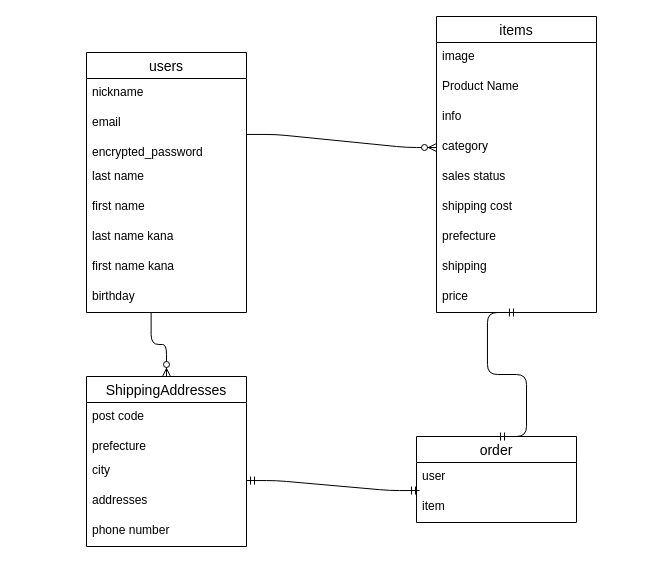
Above: ER.dio in momo-xxx-tarou/furima-41762 (draw.io), before the change. Source tidied: cells renumbered, new cells numbered last; positions are measured from the earlier drawing's top-left corner, leaving out a move shared by most shapes. Both pictures are drawn from the tidied source at 100%, with x=0, y=0 at pixel (86, 16).
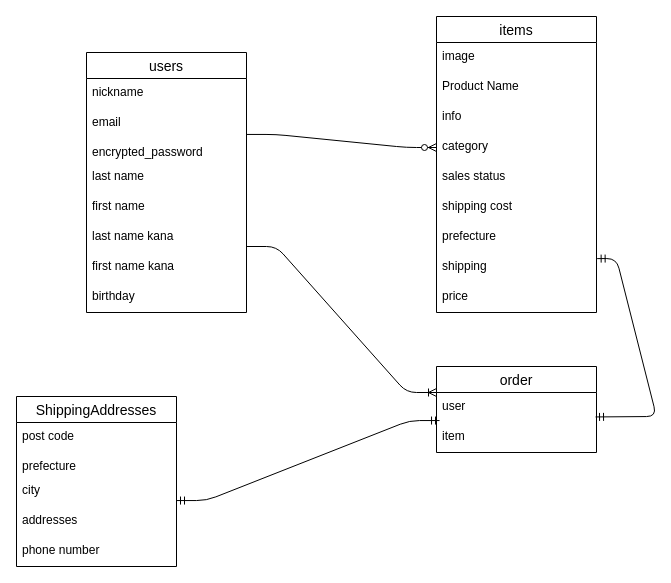
The same page after the edit.

Commit message (it also covers changes not shown here):
ER図と訂正箇所の修正

The change refers to these unchanged cells:
```xml
<mxCell id="10" value="birthday" style="text;strokeColor=none;fillColor=none;spacingLeft=4;spacingRight=4;overflow=hidden;points=[[0,0.5],[1,0.5]];portConstraint=eastwest;fontSize=12;" parent="2" vertex="1">
  <mxGeometry y="230" width="160" height="30" as="geometry" />
</mxCell>
<mxCell id="19" value="shipping" style="text;strokeColor=none;fillColor=none;spacingLeft=4;spacingRight=4;overflow=hidden;points=[[0,0.5],[1,0.5]];portConstraint=eastwest;fontSize=12;" parent="11" vertex="1">
  <mxGeometry y="236" width="160" height="30" as="geometry" />
</mxCell>
<mxCell id="20" value="price" style="text;strokeColor=none;fillColor=none;spacingLeft=4;spacingRight=4;overflow=hidden;points=[[0,0.5],[1,0.5]];portConstraint=eastwest;fontSize=12;" parent="11" vertex="1">
  <mxGeometry y="266" width="160" height="30" as="geometry" />
</mxCell>
<mxCell id="30" value="user" style="text;strokeColor=none;fillColor=none;spacingLeft=4;spacingRight=4;overflow=hidden;points=[[0,0.5],[1,0.5]];portConstraint=eastwest;fontSize=12;" parent="29" vertex="1">
  <mxGeometry y="26" width="160" height="30" as="geometry" />
</mxCell>
```

Diff of the diagram source:
```diff
@@
     <mxCell id="21" value="ShippingAddresses" style="swimlane;fontStyle=0;horizontal=1;startSize=26;align=center;fontSize=14;" parent="1" vertex="1">
-      <mxGeometry y="360" width="160" height="170" as="geometry" />
+      <mxGeometry x="-70" y="380" width="160" height="170" as="geometry" />
     </mxCell>
@@
-    <mxCell id="28" style="fontSize=12;html=1;endArrow=ERzeroToMany;endFill=1;entryX=0.5;entryY=0;entryDx=0;entryDy=0;elbow=vertical;edgeStyle=orthogonalEdgeStyle;exitX=0.404;exitY=0.996;exitDx=0;exitDy=0;exitPerimeter=0;" parent="1" edge="1" source="10" target="21">
-      <mxGeometry relative="1" as="geometry" />
-    </mxCell>
     <mxCell id="29" value="order" style="swimlane;fontStyle=0;horizontal=1;startSize=26;align=center;fontSize=14;" parent="1" vertex="1">
-      <mxGeometry x="330" y="420" width="160" height="86" as="geometry" />
+      <mxGeometry x="350" y="350" width="160" height="86" as="geometry" />
     </mxCell>
@@
-    <mxCell id="32" style="edgeStyle=entityRelationEdgeStyle;fontSize=12;html=1;endArrow=ERmandOne;startArrow=ERmandOne;elbow=vertical;entryX=0.506;entryY=1;entryDx=0;entryDy=0;entryPerimeter=0;exitX=0.5;exitY=0;exitDx=0;exitDy=0;" parent="1" edge="1" source="29" target="20">
-      <mxGeometry relative="1" as="geometry" />
-    </mxCell>
@@
+    <mxCell id="34" style="fontSize=12;html=1;endArrow=ERmandOne;startArrow=ERmandOne;elbow=vertical;exitX=0.994;exitY=0.815;exitDx=0;exitDy=0;exitPerimeter=0;entryX=1.004;entryY=0.204;entryDx=0;entryDy=0;entryPerimeter=0;" parent="1" edge="1" source="30" target="19">
+      <mxGeometry relative="1" as="geometry">
+        <Array as="points">
+          <mxPoint x="570" y="400" />
+          <mxPoint x="530" y="242" />
+        </Array>
+      </mxGeometry>
+    </mxCell>
+    <mxCell id="35" style="edgeStyle=entityRelationEdgeStyle;fontSize=12;html=1;endArrow=ERoneToMany;elbow=vertical;" parent="1" edge="1">
+      <mxGeometry relative="1" as="geometry">
+        <mxPoint x="160" y="230" as="sourcePoint" />
+        <mxPoint x="350" y="376" as="targetPoint" />
+      </mxGeometry>
+    </mxCell>
```
